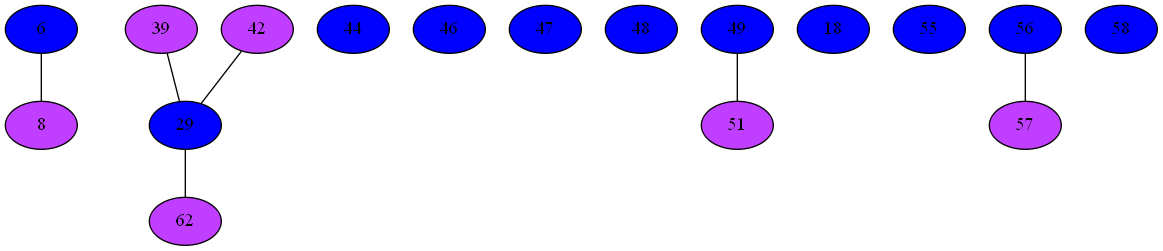
mbajaj92/Project-Astoria keeps this Graphviz diagram as Compiler/16iGraph.png. Above is the earlier version. Its source is kept beside it as Compiler/16iGraph.dot.
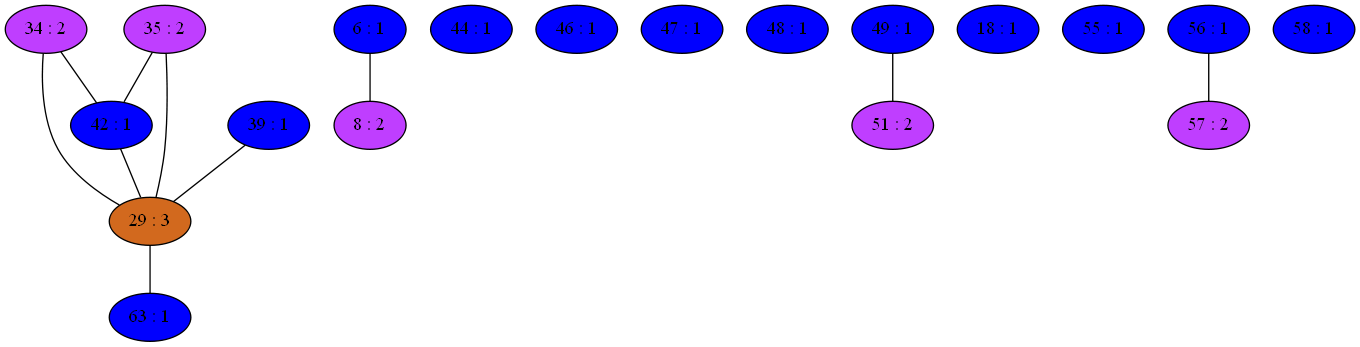
Later version of the same file.

Diff of the diagram source:
```diff
@@ -1,31 +1,41 @@
 strict graph {
-6[label="6" style=filled fillcolor="blue1"];
+34[label="34 : 2" style=filled fillcolor="darkorchid1"];
+34 -- 42
+34 -- 29
+35[label="35 : 2" style=filled fillcolor="darkorchid1"];
+35 -- 42
+35 -- 29
+6[label="6 : 1" style=filled fillcolor="blue1"];
 6 -- 8
-39[label="39" style=filled fillcolor="darkorchid1"];
+39[label="39 : 1" style=filled fillcolor="blue1"];
 39 -- 29
-8[label="8" style=filled fillcolor="darkorchid1"];
+8[label="8 : 2" style=filled fillcolor="darkorchid1"];
 8 -- 6
-42[label="42" style=filled fillcolor="darkorchid1"];
+42[label="42 : 1" style=filled fillcolor="blue1"];
+42 -- 34
+42 -- 35
 42 -- 29
-44[label="44" style=filled fillcolor="blue1"];
-46[label="46" style=filled fillcolor="blue1"];
-47[label="47" style=filled fillcolor="blue1"];
-48[label="48" style=filled fillcolor="blue1"];
-49[label="49" style=filled fillcolor="blue1"];
+44[label="44 : 1" style=filled fillcolor="blue1"];
+46[label="46 : 1" style=filled fillcolor="blue1"];
+47[label="47 : 1" style=filled fillcolor="blue1"];
+48[label="48 : 1" style=filled fillcolor="blue1"];
+49[label="49 : 1" style=filled fillcolor="blue1"];
 49 -- 51
-18[label="18" style=filled fillcolor="blue1"];
-51[label="51" style=filled fillcolor="darkorchid1"];
+18[label="18 : 1" style=filled fillcolor="blue1"];
+51[label="51 : 2" style=filled fillcolor="darkorchid1"];
 51 -- 49
-55[label="55" style=filled fillcolor="blue1"];
-56[label="56" style=filled fillcolor="blue1"];
+55[label="55 : 1" style=filled fillcolor="blue1"];
+56[label="56 : 1" style=filled fillcolor="blue1"];
 56 -- 57
-57[label="57" style=filled fillcolor="darkorchid1"];
+57[label="57 : 2" style=filled fillcolor="darkorchid1"];
 57 -- 56
-58[label="58" style=filled fillcolor="blue1"];
-29[label="29" style=filled fillcolor="blue1"];
+58[label="58 : 1" style=filled fillcolor="blue1"];
+29[label="29 : 3" style=filled fillcolor="chocolate"];
+29 -- 34
+29 -- 35
 29 -- 39
 29 -- 42
-29 -- 62
-62[label="62" style=filled fillcolor="darkorchid1"];
-62 -- 29
+29 -- 63
+63[label="63 : 1" style=filled fillcolor="blue1"];
+63 -- 29
 }
```
